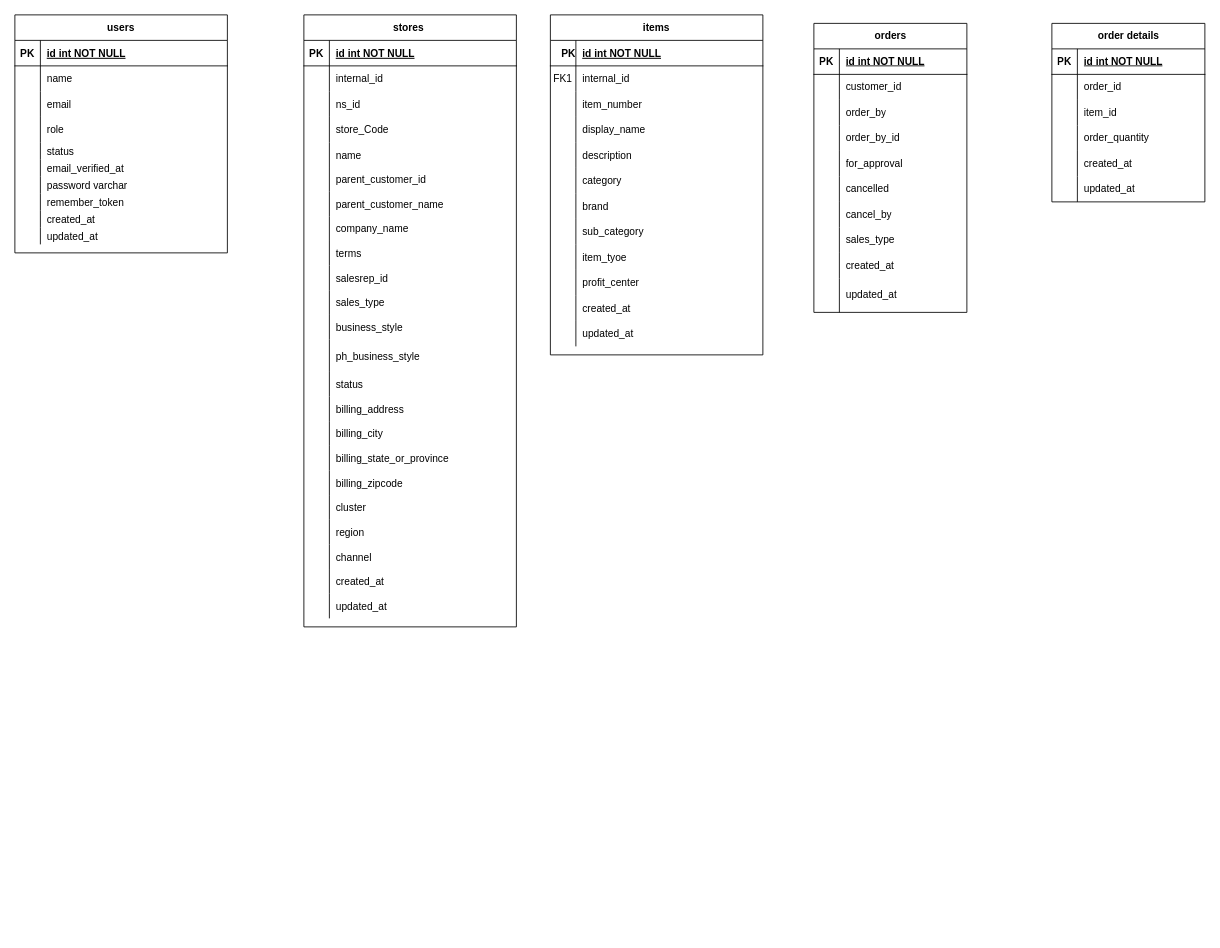
CCC-juls/test keeps this draw.io diagram as Untitled Diagram.drawio. Above is the earlier version. Source tidied: cells renumbered, new cells numbered last; positions are measured from the earlier drawing's top-left corner, leaving out a move shared by most shapes. Both pictures are drawn from the tidied source at 85%, with x=0, y=0 at pixel (14, 14).
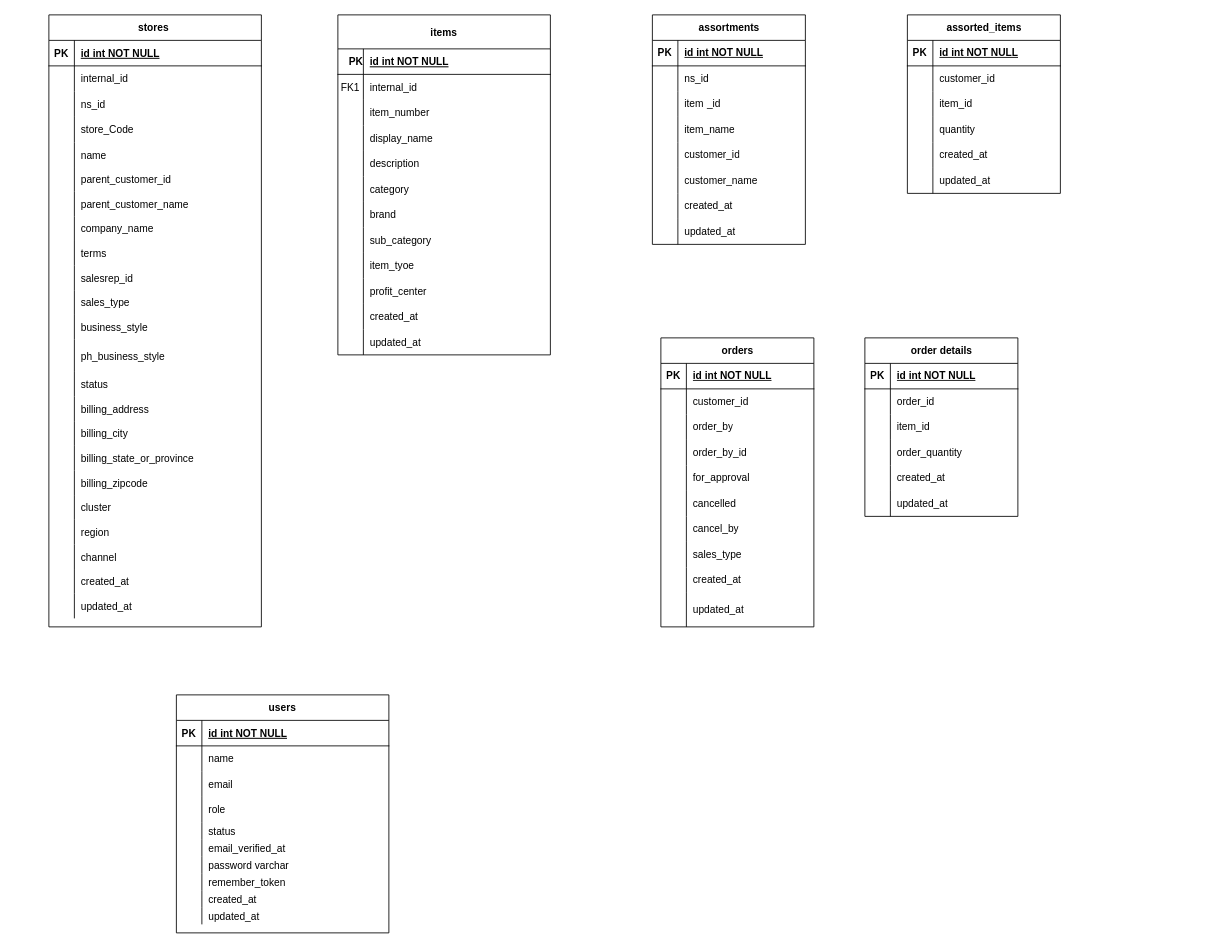
After the change.

Change to the diagram source:
```diff
@@
     <mxCell id="2" value="stores " style="shape=table;startSize=30;childLayout=tableLayout;rowLines=0;fontStyle=1;align=center;" parent="1" vertex="1">
-      <mxGeometry x="340" width="250" height="720" as="geometry" />
+      <mxGeometry x="40" width="250" height="720" as="geometry" />
     </mxCell>
@@
-    <mxCell id="72" value="items" style="shape=table;startSize=30;childLayout=tableLayout;rowLines=0;fontStyle=1;align=center;" parent="1" vertex="1">
-      <mxGeometry x="630" width="250" height="400" as="geometry" />
+    <mxCell id="72" value="items" style="shape=table;startSize=40;childLayout=tableLayout;rowLines=0;fontStyle=1;align=center;" parent="1" vertex="1">
+      <mxGeometry x="380" width="250" height="400" as="geometry" />
     </mxCell>
     <mxCell id="73" style="shape=partialRectangle;fillColor=none;top=0;left=0;right=0;bottom=1;" parent="72" vertex="1">
-      <mxGeometry y="30" width="250" height="30" as="geometry" />
+      <mxGeometry y="40" width="250" height="30" as="geometry" />
     </mxCell>
@@
     <mxCell id="76" style="shape=partialRectangle;fillColor=none;top=0;left=0;right=0;bottom=0;" parent="72" vertex="1">
-      <mxGeometry y="60" width="250" height="30" as="geometry" />
+      <mxGeometry y="70" width="250" height="30" as="geometry" />
     </mxCell>
@@
     <mxCell id="79" style="shape=partialRectangle;fillColor=none;top=0;left=0;right=0;bottom=0;" parent="72" vertex="1">
-      <mxGeometry y="90" width="250" height="30" as="geometry" />
+      <mxGeometry y="100" width="250" height="30" as="geometry" />
     </mxCell>
@@
     <mxCell id="82" style="shape=partialRectangle;fillColor=none;top=0;left=0;right=0;bottom=0;" parent="72" vertex="1">
-      <mxGeometry y="120" width="250" height="30" as="geometry" />
+      <mxGeometry y="130" width="250" height="30" as="geometry" />
     </mxCell>
@@
     <mxCell id="85" style="shape=partialRectangle;fillColor=none;top=0;left=0;right=0;bottom=0;" parent="72" vertex="1">
-      <mxGeometry y="150" width="250" height="30" as="geometry" />
+      <mxGeometry y="160" width="250" height="30" as="geometry" />
     </mxCell>
@@
     <mxCell id="88" style="shape=partialRectangle;fillColor=none;top=0;left=0;right=0;bottom=0;" parent="72" vertex="1">
-      <mxGeometry y="180" width="250" height="30" as="geometry" />
+      <mxGeometry y="190" width="250" height="30" as="geometry" />
     </mxCell>
@@
     <mxCell id="91" style="shape=partialRectangle;fillColor=none;top=0;left=0;right=0;bottom=0;" parent="72" vertex="1">
-      <mxGeometry y="210" width="250" height="30" as="geometry" />
+      <mxGeometry y="220" width="250" height="30" as="geometry" />
     </mxCell>
@@
     <mxCell id="94" style="shape=partialRectangle;fillColor=none;top=0;left=0;right=0;bottom=0;" parent="72" vertex="1">
-      <mxGeometry y="240" width="250" height="30" as="geometry" />
+      <mxGeometry y="250" width="250" height="30" as="geometry" />
     </mxCell>
@@
     <mxCell id="97" style="shape=partialRectangle;fillColor=none;top=0;left=0;right=0;bottom=0;" parent="72" vertex="1">
-      <mxGeometry y="270" width="250" height="30" as="geometry" />
+      <mxGeometry y="280" width="250" height="30" as="geometry" />
     </mxCell>
@@
     <mxCell id="100" style="shape=partialRectangle;fillColor=none;top=0;left=0;right=0;bottom=0;" parent="72" vertex="1">
-      <mxGeometry y="300" width="250" height="30" as="geometry" />
+      <mxGeometry y="310" width="250" height="30" as="geometry" />
     </mxCell>
@@
     <mxCell id="103" style="shape=partialRectangle;fillColor=none;top=0;left=0;right=0;bottom=0;" parent="72" vertex="1">
-      <mxGeometry y="330" width="250" height="30" as="geometry" />
+      <mxGeometry y="340" width="250" height="30" as="geometry" />
     </mxCell>
@@
     <mxCell id="106" style="shape=partialRectangle;fillColor=none;top=0;left=0;right=0;bottom=0;" parent="72" vertex="1">
-      <mxGeometry y="360" width="250" height="30" as="geometry" />
+      <mxGeometry y="370" width="250" height="30" as="geometry" />
     </mxCell>
@@
     <mxCell id="109" value="users" style="shape=table;startSize=30;childLayout=tableLayout;rowLines=0;fontStyle=1;align=center;" parent="1" vertex="1">
-      <mxGeometry width="250" height="280" as="geometry" />
+      <mxGeometry x="190" y="800" width="250" height="280" as="geometry" />
     </mxCell>
@@
     <mxCell id="140" value="orders" style="shape=table;startSize=30;childLayout=tableLayout;rowLines=0;fontStyle=1;align=center;html=1;" parent="1" vertex="1">
-      <mxGeometry x="940" y="10" width="180" height="340" as="geometry" />
+      <mxGeometry x="760" y="380" width="180" height="340" as="geometry" />
     </mxCell>
@@
     <mxCell id="171" value="order details" style="shape=table;startSize=30;childLayout=tableLayout;rowLines=0;fontStyle=1;align=center;html=1;" parent="1" vertex="1">
-      <mxGeometry x="1220" y="10" width="180" height="210" as="geometry" />
+      <mxGeometry x="1000" y="380" width="180" height="210" as="geometry" />
     </mxCell>
@@
+    <mxCell id="190" value="assorted_items" style="shape=table;startSize=30;childLayout=tableLayout;rowLines=0;fontStyle=1;align=center;html=1;" parent="1" vertex="1">
+      <mxGeometry x="1050" width="180" height="210" as="geometry" />
+    </mxCell>
+    <mxCell id="191" style="shape=tableRow;horizontal=0;startSize=0;swimlaneHead=0;swimlaneBody=0;fillColor=none;top=0;left=0;right=0;bottom=1;" parent="190" vertex="1">
+      <mxGeometry y="30" width="180" height="30" as="geometry" />
+    </mxCell>
+    <mxCell id="192" value="PK" style="shape=partialRectangle;fillColor=none;top=0;left=0;bottom=0;right=0;fontStyle=1;overflow=hidden;whiteSpace=wrap;html=1;" parent="191" vertex="1">
+      <mxGeometry width="30" height="30" as="geometry" />
+    </mxCell>
+    <mxCell id="193" value="id int NOT NULL" style="shape=partialRectangle;fillColor=none;top=0;left=0;bottom=0;right=0;align=left;spacingLeft=6;fontStyle=5;overflow=hidden;whiteSpace=wrap;html=1;" parent="191" vertex="1">
+      <mxGeometry x="30" width="150" height="30" as="geometry" />
+    </mxCell>
+    <mxCell id="194" style="shape=tableRow;horizontal=0;startSize=0;swimlaneHead=0;swimlaneBody=0;fillColor=none;top=0;left=0;right=0;bottom=0;" parent="190" vertex="1">
+      <mxGeometry y="60" width="180" height="30" as="geometry" />
+    </mxCell>
+    <mxCell id="195" style="shape=partialRectangle;fillColor=none;top=0;left=0;bottom=0;right=0;overflow=hidden;whiteSpace=wrap;html=1;" parent="194" vertex="1">
+      <mxGeometry width="30" height="30" as="geometry" />
+    </mxCell>
+    <mxCell id="196" value="customer_id&lt;span style=&quot;white-space: pre;&quot;&gt;&#9;&lt;/span&gt;" style="shape=partialRectangle;fillColor=none;top=0;left=0;bottom=0;right=0;align=left;spacingLeft=6;overflow=hidden;whiteSpace=wrap;html=1;" parent="194" vertex="1">
+      <mxGeometry x="30" width="150" height="30" as="geometry" />
+    </mxCell>
+    <mxCell id="197" style="shape=tableRow;horizontal=0;startSize=0;swimlaneHead=0;swimlaneBody=0;fillColor=none;top=0;left=0;right=0;bottom=0;" parent="190" vertex="1">
+      <mxGeometry y="90" width="180" height="30" as="geometry" />
+    </mxCell>
+    <mxCell id="198" style="shape=partialRectangle;fillColor=none;top=0;left=0;bottom=0;right=0;overflow=hidden;whiteSpace=wrap;html=1;" parent="197" vertex="1">
+      <mxGeometry width="30" height="30" as="geometry" />
+    </mxCell>
+    <mxCell id="199" value="item_id" style="shape=partialRectangle;fillColor=none;top=0;left=0;bottom=0;right=0;align=left;spacingLeft=6;overflow=hidden;whiteSpace=wrap;html=1;" parent="197" vertex="1">
+      <mxGeometry x="30" width="150" height="30" as="geometry" />
+    </mxCell>
+    <mxCell id="200" style="shape=tableRow;horizontal=0;startSize=0;swimlaneHead=0;swimlaneBody=0;fillColor=none;top=0;left=0;right=0;bottom=0;" parent="190" vertex="1">
+      <mxGeometry y="120" width="180" height="30" as="geometry" />
+    </mxCell>
+    <mxCell id="201" style="shape=partialRectangle;fillColor=none;top=0;left=0;bottom=0;right=0;overflow=hidden;whiteSpace=wrap;html=1;" parent="200" vertex="1">
+      <mxGeometry width="30" height="30" as="geometry" />
+    </mxCell>
+    <mxCell id="202" value="quantity" style="shape=partialRectangle;fillColor=none;top=0;left=0;bottom=0;right=0;align=left;spacingLeft=6;overflow=hidden;whiteSpace=wrap;html=1;" parent="200" vertex="1">
+      <mxGeometry x="30" width="150" height="30" as="geometry" />
+    </mxCell>
+    <mxCell id="203" style="shape=tableRow;horizontal=0;startSize=0;swimlaneHead=0;swimlaneBody=0;fillColor=none;top=0;left=0;right=0;bottom=0;" parent="190" vertex="1">
+      <mxGeometry y="150" width="180" height="30" as="geometry" />
+    </mxCell>
+    <mxCell id="204" style="shape=partialRectangle;fillColor=none;top=0;left=0;bottom=0;right=0;overflow=hidden;whiteSpace=wrap;html=1;" parent="203" vertex="1">
+      <mxGeometry width="30" height="30" as="geometry" />
+    </mxCell>
+    <mxCell id="205" value="created_at" style="shape=partialRectangle;fillColor=none;top=0;left=0;bottom=0;right=0;align=left;spacingLeft=6;overflow=hidden;whiteSpace=wrap;html=1;" parent="203" vertex="1">
+      <mxGeometry x="30" width="150" height="30" as="geometry" />
+    </mxCell>
+    <mxCell id="206" style="shape=tableRow;horizontal=0;startSize=0;swimlaneHead=0;swimlaneBody=0;fillColor=none;top=0;left=0;right=0;bottom=0;" parent="190" vertex="1">
+      <mxGeometry y="180" width="180" height="30" as="geometry" />
+    </mxCell>
+    <mxCell id="207" style="shape=partialRectangle;fillColor=none;top=0;left=0;bottom=0;right=0;overflow=hidden;whiteSpace=wrap;html=1;" parent="206" vertex="1">
+      <mxGeometry width="30" height="30" as="geometry" />
+    </mxCell>
+    <mxCell id="208" value="updated_at" style="shape=partialRectangle;fillColor=none;top=0;left=0;bottom=0;right=0;align=left;spacingLeft=6;overflow=hidden;whiteSpace=wrap;html=1;" parent="206" vertex="1">
+      <mxGeometry x="30" width="150" height="30" as="geometry" />
+    </mxCell>
+    <mxCell id="209" value="assortments" style="shape=table;startSize=30;childLayout=tableLayout;rowLines=0;fontStyle=1;align=center;html=1;" parent="1" vertex="1">
+      <mxGeometry x="750" width="180" height="270" as="geometry" />
+    </mxCell>
+    <mxCell id="210" style="shape=tableRow;horizontal=0;startSize=0;swimlaneHead=0;swimlaneBody=0;fillColor=none;top=0;left=0;right=0;bottom=1;" parent="209" vertex="1">
+      <mxGeometry y="30" width="180" height="30" as="geometry" />
+    </mxCell>
+    <mxCell id="211" value="PK" style="shape=partialRectangle;fillColor=none;top=0;left=0;bottom=0;right=0;fontStyle=1;overflow=hidden;whiteSpace=wrap;html=1;" parent="210" vertex="1">
+      <mxGeometry width="30" height="30" as="geometry" />
+    </mxCell>
+    <mxCell id="212" value="id int NOT NULL" style="shape=partialRectangle;fillColor=none;top=0;left=0;bottom=0;right=0;align=left;spacingLeft=6;fontStyle=5;overflow=hidden;whiteSpace=wrap;html=1;" parent="210" vertex="1">
+      <mxGeometry x="30" width="150" height="30" as="geometry" />
+    </mxCell>
+    <mxCell id="213" style="shape=tableRow;horizontal=0;startSize=0;swimlaneHead=0;swimlaneBody=0;fillColor=none;top=0;left=0;right=0;bottom=0;" parent="209" vertex="1">
+      <mxGeometry y="60" width="180" height="30" as="geometry" />
+    </mxCell>
+    <mxCell id="214" style="shape=partialRectangle;fillColor=none;top=0;left=0;bottom=0;right=0;overflow=hidden;whiteSpace=wrap;html=1;" parent="213" vertex="1">
+      <mxGeometry width="30" height="30" as="geometry" />
+    </mxCell>
+    <mxCell id="215" value="ns_id" style="shape=partialRectangle;fillColor=none;top=0;left=0;bottom=0;right=0;align=left;spacingLeft=6;overflow=hidden;whiteSpace=wrap;html=1;" parent="213" vertex="1">
+      <mxGeometry x="30" width="150" height="30" as="geometry" />
+    </mxCell>
+    <mxCell id="216" style="shape=tableRow;horizontal=0;startSize=0;swimlaneHead=0;swimlaneBody=0;fillColor=none;top=0;left=0;right=0;bottom=0;" parent="209" vertex="1">
+      <mxGeometry y="90" width="180" height="30" as="geometry" />
+    </mxCell>
+    <mxCell id="217" style="shape=partialRectangle;fillColor=none;top=0;left=0;bottom=0;right=0;overflow=hidden;whiteSpace=wrap;html=1;" parent="216" vertex="1">
+      <mxGeometry width="30" height="30" as="geometry" />
+    </mxCell>
+    <mxCell id="218" value="item&lt;span style=&quot;white-space: pre;&quot;&gt;&#9;&lt;/span&gt;_id" style="shape=partialRectangle;fillColor=none;top=0;left=0;bottom=0;right=0;align=left;spacingLeft=6;overflow=hidden;whiteSpace=wrap;html=1;" parent="216" vertex="1">
+      <mxGeometry x="30" width="150" height="30" as="geometry" />
+    </mxCell>
+    <mxCell id="219" style="shape=tableRow;horizontal=0;startSize=0;swimlaneHead=0;swimlaneBody=0;fillColor=none;top=0;left=0;right=0;bottom=0;" parent="209" vertex="1">
+      <mxGeometry y="120" width="180" height="30" as="geometry" />
+    </mxCell>
+    <mxCell id="220" style="shape=partialRectangle;fillColor=none;top=0;left=0;bottom=0;right=0;overflow=hidden;whiteSpace=wrap;html=1;" parent="219" vertex="1">
+      <mxGeometry width="30" height="30" as="geometry" />
+    </mxCell>
+    <mxCell id="221" value="item_name" style="shape=partialRectangle;fillColor=none;top=0;left=0;bottom=0;right=0;align=left;spacingLeft=6;overflow=hidden;whiteSpace=wrap;html=1;" parent="219" vertex="1">
+      <mxGeometry x="30" width="150" height="30" as="geometry" />
+    </mxCell>
+    <mxCell id="222" style="shape=tableRow;horizontal=0;startSize=0;swimlaneHead=0;swimlaneBody=0;fillColor=none;top=0;left=0;right=0;bottom=0;" parent="209" vertex="1">
+      <mxGeometry y="150" width="180" height="30" as="geometry" />
+    </mxCell>
+    <mxCell id="223" style="shape=partialRectangle;fillColor=none;top=0;left=0;bottom=0;right=0;overflow=hidden;whiteSpace=wrap;html=1;" parent="222" vertex="1">
+      <mxGeometry width="30" height="30" as="geometry" />
+    </mxCell>
+    <mxCell id="224" value="customer_id" style="shape=partialRectangle;fillColor=none;top=0;left=0;bottom=0;right=0;align=left;spacingLeft=6;overflow=hidden;whiteSpace=wrap;html=1;" parent="222" vertex="1">
+      <mxGeometry x="30" width="150" height="30" as="geometry" />
+    </mxCell>
+    <mxCell id="225" style="shape=tableRow;horizontal=0;startSize=0;swimlaneHead=0;swimlaneBody=0;fillColor=none;top=0;left=0;right=0;bottom=0;" parent="209" vertex="1">
+      <mxGeometry y="180" width="180" height="30" as="geometry" />
+    </mxCell>
+    <mxCell id="226" style="shape=partialRectangle;fillColor=none;top=0;left=0;bottom=0;right=0;overflow=hidden;whiteSpace=wrap;html=1;" parent="225" vertex="1">
+      <mxGeometry width="30" height="30" as="geometry" />
+    </mxCell>
+    <mxCell id="227" value="customer_name" style="shape=partialRectangle;fillColor=none;top=0;left=0;bottom=0;right=0;align=left;spacingLeft=6;overflow=hidden;whiteSpace=wrap;html=1;" parent="225" vertex="1">
+      <mxGeometry x="30" width="150" height="30" as="geometry" />
+    </mxCell>
+    <mxCell id="228" style="shape=tableRow;horizontal=0;startSize=0;swimlaneHead=0;swimlaneBody=0;fillColor=none;top=0;left=0;right=0;bottom=0;" parent="209" vertex="1">
+      <mxGeometry y="210" width="180" height="30" as="geometry" />
+    </mxCell>
+    <mxCell id="229" style="shape=partialRectangle;fillColor=none;top=0;left=0;bottom=0;right=0;overflow=hidden;whiteSpace=wrap;html=1;" parent="228" vertex="1">
+      <mxGeometry width="30" height="30" as="geometry" />
+    </mxCell>
+    <mxCell id="230" value="created_at" style="shape=partialRectangle;fillColor=none;top=0;left=0;bottom=0;right=0;align=left;spacingLeft=6;overflow=hidden;whiteSpace=wrap;html=1;" parent="228" vertex="1">
+      <mxGeometry x="30" width="150" height="30" as="geometry" />
+    </mxCell>
+    <mxCell id="231" style="shape=tableRow;horizontal=0;startSize=0;swimlaneHead=0;swimlaneBody=0;fillColor=none;top=0;left=0;right=0;bottom=0;" parent="209" vertex="1">
+      <mxGeometry y="240" width="180" height="30" as="geometry" />
+    </mxCell>
+    <mxCell id="232" style="shape=partialRectangle;fillColor=none;top=0;left=0;bottom=0;right=0;overflow=hidden;whiteSpace=wrap;html=1;" parent="231" vertex="1">
+      <mxGeometry width="30" height="30" as="geometry" />
+    </mxCell>
+    <mxCell id="233" value="updated_at" style="shape=partialRectangle;fillColor=none;top=0;left=0;bottom=0;right=0;align=left;spacingLeft=6;overflow=hidden;whiteSpace=wrap;html=1;" parent="231" vertex="1">
+      <mxGeometry x="30" width="150" height="30" as="geometry" />
+    </mxCell>
```
